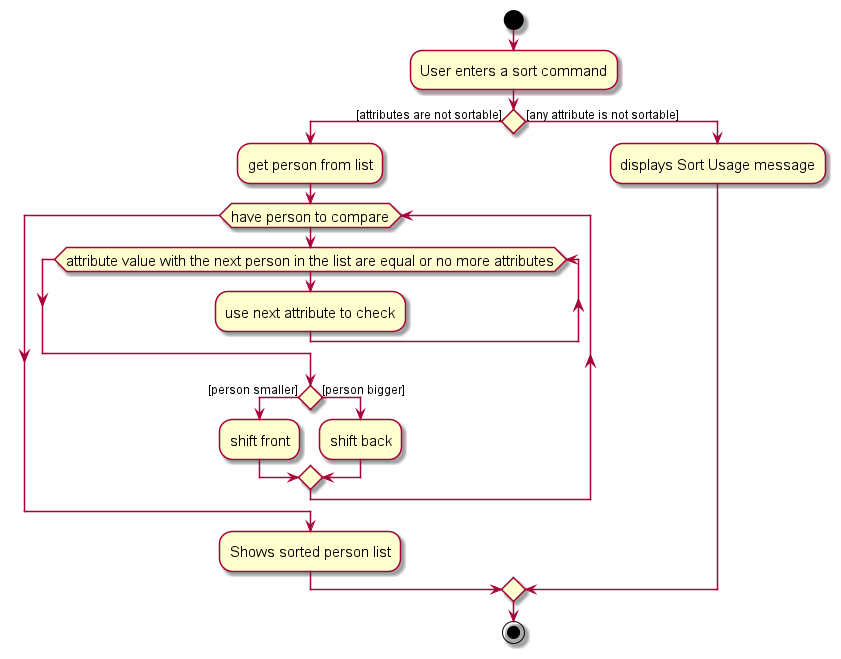
Above: docs/images/SortActivityDiagram.png in whitesnowx/tp (PlantUML), before the change.
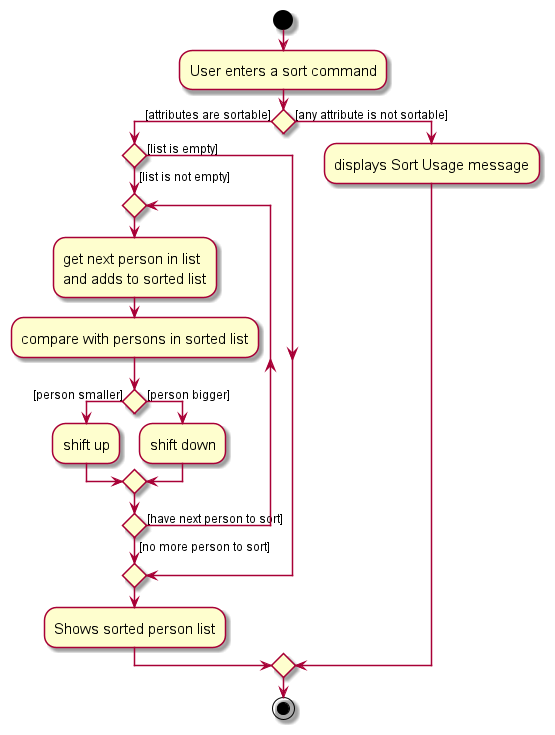
After the commit.

Commit message:
Update sort activity diagram and reoragnise implementation in developer guide

What changed in the source:
```diff
@@ -6,18 +6,21 @@
 :User enters a sort command;
 
 
-if() then ([attributes are not sortable])
-    :get person from list;
-        while (have person to compare)
-            while(attribute value with the next person in the list are equal or no more attributes)
-                :use next attribute to check;
-            endwhile
-            if() then ([person smaller])
-                :shift front;
-            else([person bigger])
-                :shift back;
+if() then ([attributes are sortable])
+    if () then ([list is not empty])
+        repeat
+            :get next person in list
+            and adds to sorted list;
+            :compare with persons in sorted list;
+            if () then ([person smaller])
+                :shift up;
+            else ([person bigger])
+                :shift down;
             endif
-        endwhile
+        repeat while () is ([have next person to sort]) not ([no more person to sort])
+
+    else ([list is empty])
+    endif
     :Shows sorted person list;
 else([any attribute is not sortable])
     :displays Sort Usage message;
```
